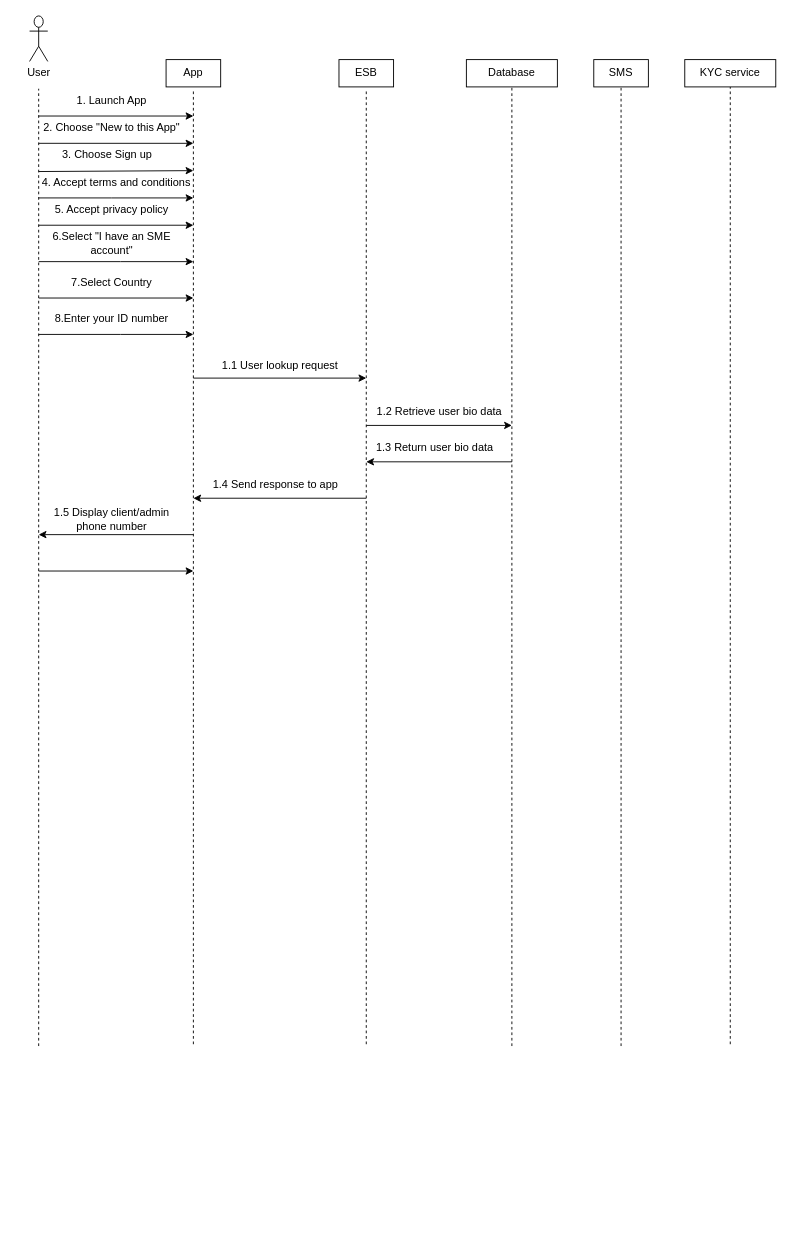
Above: Untitled Diagram.drawio in Dbossman101/CV (draw.io), before the change. Source tidied: cells renumbered, new cells numbered last; positions are measured from the earlier drawing's top-left corner, leaving out a move shared by most shapes. Both pictures are drawn from the tidied source at 91%, with x=0, y=0 at pixel (15, 15).
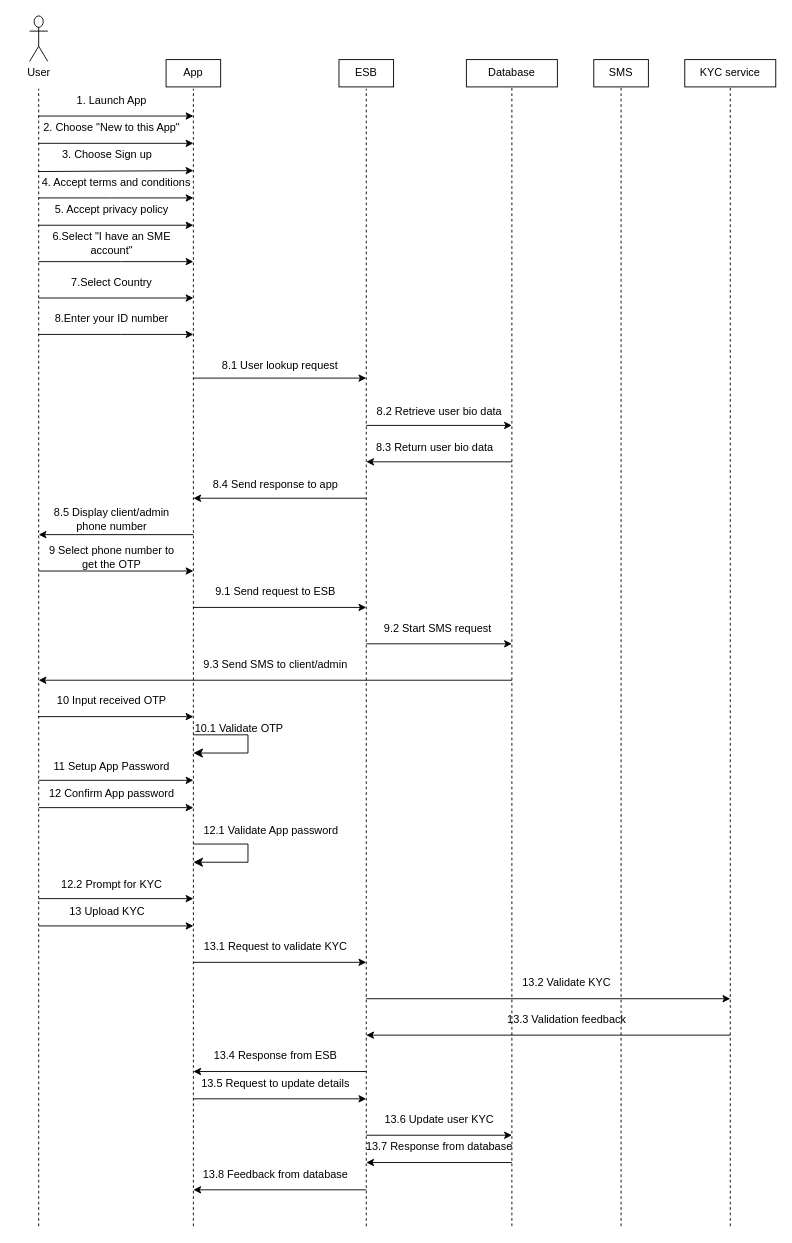
The same page after the edit.

The edit, as a diff of the source:
```diff
@@
     <mxCell id="2" style="endArrow=none;dashed=1;html=1;rounded=0;" parent="1" edge="1">
       <mxGeometry relative="1" as="geometry">
-        <mxPoint x="25" y="1132" as="sourcePoint" />
+        <mxPoint x="25" y="1330" as="sourcePoint" />
         <mxPoint x="25" y="80" as="targetPoint" />
       </mxGeometry>
     </mxCell>
     <mxCell id="3" style="endArrow=none;dashed=1;html=1;rounded=0;" parent="1" edge="1">
       <mxGeometry relative="1" as="geometry">
-        <mxPoint x="195" y="1130" as="sourcePoint" />
+        <mxPoint x="195" y="1330" as="sourcePoint" />
         <mxPoint x="195" y="80" as="targetPoint" />
       </mxGeometry>
     </mxCell>
     <mxCell id="4" style="endArrow=none;dashed=1;html=1;rounded=0;" parent="1" edge="1">
       <mxGeometry relative="1" as="geometry">
-        <mxPoint x="785" y="1130" as="sourcePoint" />
+        <mxPoint x="785" y="1330" as="sourcePoint" />
         <mxPoint x="785" y="78" as="targetPoint" />
       </mxGeometry>
     </mxCell>
     <mxCell id="5" style="endArrow=none;dashed=1;html=1;rounded=0;" parent="1" edge="1">
       <mxGeometry relative="1" as="geometry">
-        <mxPoint x="545" y="1132" as="sourcePoint" />
+        <mxPoint x="545" y="1330" as="sourcePoint" />
         <mxPoint x="545" y="78" as="targetPoint" />
       </mxGeometry>
     </mxCell>
     <mxCell id="6" style="endArrow=none;dashed=1;html=1;rounded=0;" parent="1" edge="1">
       <mxGeometry relative="1" as="geometry">
-        <mxPoint x="665" y="1132" as="sourcePoint" />
+        <mxPoint x="665" y="1330" as="sourcePoint" />
         <mxPoint x="665" y="78" as="targetPoint" />
         <Array as="points">
           <mxPoint x="665" y="288" />
         </Array>
       </mxGeometry>
     </mxCell>
     <mxCell id="7" style="endArrow=none;dashed=1;html=1;rounded=0;" parent="1" edge="1">
       <mxGeometry relative="1" as="geometry">
-        <mxPoint x="385" y="1130" as="sourcePoint" />
+        <mxPoint x="385" y="1330" as="sourcePoint" />
         <mxPoint x="385" y="80" as="targetPoint" />
       </mxGeometry>
     </mxCell>
@@
-    <mxCell id="31" value="1.1 User lookup request" style="text;html=1;align=center;verticalAlign=middle;strokeColor=none;fillColor=none;" parent="1" vertex="1">
+    <mxCell id="31" value="8.1 User lookup request" style="text;html=1;align=center;verticalAlign=middle;strokeColor=none;fillColor=none;" parent="1" vertex="1">
       <mxGeometry x="215" y="370" width="150" height="30" as="geometry" />
     </mxCell>
-    <mxCell id="32" value="1.2 Retrieve user bio data" style="text;html=1;align=center;verticalAlign=middle;strokeColor=none;fillColor=none;" parent="1" vertex="1">
+    <mxCell id="32" value="8.2 Retrieve user bio data" style="text;html=1;align=center;verticalAlign=middle;strokeColor=none;fillColor=none;" parent="1" vertex="1">
       <mxGeometry x="385" y="420" width="160" height="30" as="geometry" />
     </mxCell>
@@
-    <mxCell id="35" value="1.3&amp;nbsp;Return user bio data" style="text;html=1;align=center;verticalAlign=middle;strokeColor=none;fillColor=none;" parent="1" vertex="1">
+    <mxCell id="35" value="8.3&amp;nbsp;Return user bio data" style="text;html=1;align=center;verticalAlign=middle;strokeColor=none;fillColor=none;" parent="1" vertex="1">
       <mxGeometry x="385" y="460" width="150" height="30" as="geometry" />
     </mxCell>
@@
-    <mxCell id="37" value="1.4 Send response to app" style="text;html=1;align=center;verticalAlign=middle;strokeColor=none;fillColor=none;" parent="1" vertex="1">
+    <mxCell id="37" value="8.4 Send response to app" style="text;html=1;align=center;verticalAlign=middle;strokeColor=none;fillColor=none;" parent="1" vertex="1">
       <mxGeometry x="205" y="500" width="160" height="30" as="geometry" />
     </mxCell>
@@
-    <mxCell id="39" value="1.5 Display client/admin &lt;br&gt;phone number&lt;br&gt;" style="text;html=1;align=center;verticalAlign=middle;strokeColor=none;fillColor=none;" parent="1" vertex="1">
+    <mxCell id="39" value="8.5 Display client/admin &lt;br&gt;phone number" style="text;html=1;align=center;verticalAlign=middle;strokeColor=none;fillColor=none;" parent="1" vertex="1">
       <mxGeometry x="30" y="533" width="150" height="40" as="geometry" />
     </mxCell>
@@
+    <mxCell id="42" value="9 Select phone number to&lt;br&gt;get the OTP" style="text;html=1;align=center;verticalAlign=middle;strokeColor=none;fillColor=none;" parent="1" vertex="1">
+      <mxGeometry x="25" y="575" width="160" height="40" as="geometry" />
+    </mxCell>
+    <mxCell id="43" style="endArrow=classic;html=1;rounded=0;" parent="1" edge="1">
+      <mxGeometry relative="1" as="geometry">
+        <mxPoint x="195" y="650" as="sourcePoint" />
+        <mxPoint x="385" y="650" as="targetPoint" />
+      </mxGeometry>
+    </mxCell>
+    <mxCell id="44" value="9.1 Send request to ESB" style="text;html=1;align=center;verticalAlign=middle;strokeColor=none;fillColor=none;" parent="1" vertex="1">
+      <mxGeometry x="205" y="618" width="160" height="30" as="geometry" />
+    </mxCell>
+    <mxCell id="45" style="edgeStyle=none;orthogonalLoop=1;jettySize=auto;html=1;rounded=0;" parent="1" edge="1">
+      <mxGeometry relative="1" as="geometry">
+        <mxPoint x="385" y="690" as="sourcePoint" />
+        <mxPoint x="545" y="690" as="targetPoint" />
+      </mxGeometry>
+    </mxCell>
+    <mxCell id="46" value="9.2 Start SMS request&amp;nbsp;" style="text;html=1;align=center;verticalAlign=middle;strokeColor=none;fillColor=none;" parent="1" vertex="1">
+      <mxGeometry x="395" y="658" width="140" height="30" as="geometry" />
+    </mxCell>
+    <mxCell id="47" style="edgeStyle=none;orthogonalLoop=1;jettySize=auto;html=1;rounded=0;" parent="1" edge="1">
+      <mxGeometry relative="1" as="geometry">
+        <mxPoint x="545" y="730" as="sourcePoint" />
+        <mxPoint x="25" y="730" as="targetPoint" />
+      </mxGeometry>
+    </mxCell>
+    <mxCell id="48" value="9.3 Send SMS to client/admin" style="text;html=1;align=center;verticalAlign=middle;strokeColor=none;fillColor=none;" parent="1" vertex="1">
+      <mxGeometry x="195" y="698" width="180" height="30" as="geometry" />
+    </mxCell>
+    <mxCell id="49" style="edgeStyle=none;orthogonalLoop=1;jettySize=auto;html=1;rounded=0;" parent="1" edge="1">
+      <mxGeometry relative="1" as="geometry">
+        <mxPoint x="25" y="770" as="sourcePoint" />
+        <mxPoint x="195" y="770" as="targetPoint" />
+      </mxGeometry>
+    </mxCell>
+    <mxCell id="50" value="10 Input received OTP" style="text;html=1;align=center;verticalAlign=middle;strokeColor=none;fillColor=none;" parent="1" vertex="1">
+      <mxGeometry x="35" y="738" width="140" height="30" as="geometry" />
+    </mxCell>
+    <mxCell id="51" style="edgeStyle=elbowEdgeStyle;elbow=horizontal;endArrow=classic;html=1;curved=0;rounded=0;endSize=8;startSize=8;" parent="1" edge="1">
+      <mxGeometry relative="1" as="geometry">
+        <mxPoint x="195" y="790" as="sourcePoint" />
+        <mxPoint x="195" y="810" as="targetPoint" />
+        <Array as="points">
+          <mxPoint x="255" y="810" />
+        </Array>
+      </mxGeometry>
+    </mxCell>
+    <mxCell id="52" value="10.1 Validate OTP" style="text;html=1;align=center;verticalAlign=middle;strokeColor=none;fillColor=none;" parent="1" vertex="1">
+      <mxGeometry x="185" y="768" width="120" height="30" as="geometry" />
+    </mxCell>
+    <mxCell id="53" style="edgeStyle=none;orthogonalLoop=1;jettySize=auto;html=1;rounded=0;" parent="1" edge="1">
+      <mxGeometry relative="1" as="geometry">
+        <mxPoint x="25" y="840" as="sourcePoint" />
+        <mxPoint x="195" y="840" as="targetPoint" />
+      </mxGeometry>
+    </mxCell>
+    <mxCell id="54" value="11 Setup App Password" style="text;html=1;align=center;verticalAlign=middle;strokeColor=none;fillColor=none;" parent="1" vertex="1">
+      <mxGeometry x="30" y="810" width="150" height="30" as="geometry" />
+    </mxCell>
+    <mxCell id="55" style="edgeStyle=none;orthogonalLoop=1;jettySize=auto;html=1;rounded=0;" parent="1" edge="1">
+      <mxGeometry relative="1" as="geometry">
+        <mxPoint x="25" y="870" as="sourcePoint" />
+        <mxPoint x="195" y="870" as="targetPoint" />
+      </mxGeometry>
+    </mxCell>
+    <mxCell id="56" value="12 Confirm App password" style="text;html=1;align=center;verticalAlign=middle;strokeColor=none;fillColor=none;" parent="1" vertex="1">
+      <mxGeometry x="25" y="840" width="160" height="30" as="geometry" />
+    </mxCell>
+    <mxCell id="57" style="edgeStyle=elbowEdgeStyle;elbow=horizontal;endArrow=classic;html=1;curved=0;rounded=0;endSize=8;startSize=8;" parent="1" edge="1">
+      <mxGeometry relative="1" as="geometry">
+        <mxPoint x="195" y="910" as="sourcePoint" />
+        <mxPoint x="195" y="930" as="targetPoint" />
+        <Array as="points">
+          <mxPoint x="255" y="930" />
+        </Array>
+      </mxGeometry>
+    </mxCell>
+    <mxCell id="58" value="12.1 Validate App password" style="text;html=1;align=center;verticalAlign=middle;strokeColor=none;fillColor=none;" parent="1" vertex="1">
+      <mxGeometry x="195" y="880" width="170" height="30" as="geometry" />
+    </mxCell>
+    <mxCell id="59" style="edgeStyle=none;orthogonalLoop=1;jettySize=auto;html=1;rounded=0;" parent="1" edge="1">
+      <mxGeometry relative="1" as="geometry">
+        <mxPoint x="25" y="970" as="sourcePoint" />
+        <mxPoint x="195" y="970" as="targetPoint" />
+      </mxGeometry>
+    </mxCell>
+    <mxCell id="60" value="12.2 Prompt for KYC" style="text;html=1;align=center;verticalAlign=middle;strokeColor=none;fillColor=none;" parent="1" vertex="1">
+      <mxGeometry x="40" y="940" width="130" height="30" as="geometry" />
+    </mxCell>
+    <mxCell id="61" value="13 Upload KYC" style="text;html=1;align=center;verticalAlign=middle;strokeColor=none;fillColor=none;" parent="1" vertex="1">
+      <mxGeometry x="45" y="970" width="110" height="30" as="geometry" />
+    </mxCell>
+    <mxCell id="62" style="endArrow=classic;html=1;rounded=0;" parent="1" edge="1">
+      <mxGeometry relative="1" as="geometry">
+        <mxPoint x="25" y="1000" as="sourcePoint" />
+        <mxPoint x="195" y="1000" as="targetPoint" />
+      </mxGeometry>
+    </mxCell>
+    <mxCell id="63" style="edgeStyle=none;orthogonalLoop=1;jettySize=auto;html=1;rounded=0;" parent="1" edge="1">
+      <mxGeometry relative="1" as="geometry">
+        <mxPoint x="195" y="1040" as="sourcePoint" />
+        <mxPoint x="385" y="1040" as="targetPoint" />
+      </mxGeometry>
+    </mxCell>
+    <mxCell id="64" value="13.1 Request to validate KYC" style="text;html=1;align=center;verticalAlign=middle;strokeColor=none;fillColor=none;" parent="1" vertex="1">
+      <mxGeometry x="195" y="1008" width="180" height="30" as="geometry" />
+    </mxCell>
+    <mxCell id="65" style="edgeStyle=none;orthogonalLoop=1;jettySize=auto;html=1;rounded=0;" parent="1" edge="1">
+      <mxGeometry relative="1" as="geometry">
+        <mxPoint x="385" y="1080" as="sourcePoint" />
+        <mxPoint x="785" y="1080" as="targetPoint" />
+      </mxGeometry>
+    </mxCell>
+    <mxCell id="66" value="13.2 Validate KYC" style="text;html=1;align=center;verticalAlign=middle;strokeColor=none;fillColor=none;" parent="1" vertex="1">
+      <mxGeometry x="545" y="1048" width="120" height="30" as="geometry" />
+    </mxCell>
+    <mxCell id="67" style="edgeStyle=none;orthogonalLoop=1;jettySize=auto;html=1;rounded=0;" parent="1" edge="1">
+      <mxGeometry relative="1" as="geometry">
+        <mxPoint x="785" y="1120" as="sourcePoint" />
+        <mxPoint x="385" y="1120" as="targetPoint" />
+      </mxGeometry>
+    </mxCell>
+    <mxCell id="68" value="13.3 Validation feedback" style="text;html=1;align=center;verticalAlign=middle;strokeColor=none;fillColor=none;" parent="1" vertex="1">
+      <mxGeometry x="530" y="1088" width="150" height="30" as="geometry" />
+    </mxCell>
+    <mxCell id="69" style="edgeStyle=none;orthogonalLoop=1;jettySize=auto;html=1;rounded=0;" parent="1" edge="1">
+      <mxGeometry relative="1" as="geometry">
+        <mxPoint x="385" y="1160" as="sourcePoint" />
+        <mxPoint x="195" y="1160" as="targetPoint" />
+      </mxGeometry>
+    </mxCell>
+    <mxCell id="70" value="13.4 Response from ESB" style="text;html=1;align=center;verticalAlign=middle;strokeColor=none;fillColor=none;" parent="1" vertex="1">
+      <mxGeometry x="205" y="1128" width="160" height="30" as="geometry" />
+    </mxCell>
+    <mxCell id="71" style="edgeStyle=none;orthogonalLoop=1;jettySize=auto;html=1;rounded=0;" parent="1" edge="1">
+      <mxGeometry relative="1" as="geometry">
+        <mxPoint x="195" y="1190" as="sourcePoint" />
+        <mxPoint x="385" y="1190" as="targetPoint" />
+      </mxGeometry>
+    </mxCell>
+    <mxCell id="72" value="13.5 Request to update details" style="text;html=1;align=center;verticalAlign=middle;strokeColor=none;fillColor=none;" parent="1" vertex="1">
+      <mxGeometry x="190" y="1158" width="190" height="30" as="geometry" />
+    </mxCell>
+    <mxCell id="73" style="edgeStyle=none;orthogonalLoop=1;jettySize=auto;html=1;rounded=0;" parent="1" edge="1">
+      <mxGeometry relative="1" as="geometry">
+        <mxPoint x="385" y="1230" as="sourcePoint" />
+        <mxPoint x="545" y="1230" as="targetPoint" />
+      </mxGeometry>
+    </mxCell>
+    <mxCell id="74" value="13.6 Update user KYC" style="text;html=1;align=center;verticalAlign=middle;strokeColor=none;fillColor=none;" parent="1" vertex="1">
+      <mxGeometry x="395" y="1198" width="140" height="30" as="geometry" />
+    </mxCell>
+    <mxCell id="75" style="edgeStyle=none;orthogonalLoop=1;jettySize=auto;html=1;rounded=0;" parent="1" edge="1">
+      <mxGeometry relative="1" as="geometry">
+        <mxPoint x="545" y="1260" as="sourcePoint" />
+        <mxPoint x="385" y="1260" as="targetPoint" />
+      </mxGeometry>
+    </mxCell>
+    <mxCell id="76" value="13.7 Response from database" style="text;html=1;align=center;verticalAlign=middle;strokeColor=none;fillColor=none;" parent="1" vertex="1">
+      <mxGeometry x="375" y="1228" width="180" height="30" as="geometry" />
+    </mxCell>
+    <mxCell id="77" style="edgeStyle=none;orthogonalLoop=1;jettySize=auto;html=1;rounded=0;" parent="1" edge="1">
+      <mxGeometry relative="1" as="geometry">
+        <mxPoint x="385" y="1290" as="sourcePoint" />
+        <mxPoint x="195" y="1290" as="targetPoint" />
+      </mxGeometry>
+    </mxCell>
+    <mxCell id="78" value="13.8 Feedback from database" style="text;html=1;align=center;verticalAlign=middle;strokeColor=none;fillColor=none;" parent="1" vertex="1">
+      <mxGeometry x="195" y="1258" width="180" height="30" as="geometry" />
+    </mxCell>
```
